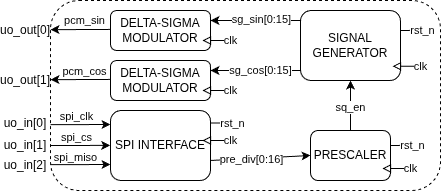
Earlier version of the draw.io export docs/scheme.drawio.png (fran-retfie/GF26b-qsdss). Source tidied: cells renumbered, new cells last; positions are measured from the earlier drawing's top-left corner, leaving out a move shared by most shapes.
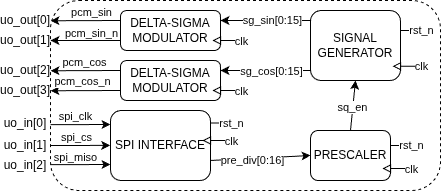
Above is the later version.

Commit message:
Feat: Add negated output

Change to the diagram source:
```diff
@@ -9,21 +9,21 @@
       <mxGeometry x="310" y="130" width="80" height="50" as="geometry" />
     </mxCell>
     <mxCell id="4" value="SIGNAL&lt;br&gt;GENERATOR" style="rounded=1;whiteSpace=wrap;html=1;" parent="1" vertex="1">
-      <mxGeometry x="300" y="10" width="100" height="70" as="geometry" />
+      <mxGeometry x="310" y="10" width="90" height="70" as="geometry" />
     </mxCell>
     <mxCell id="5" style="endArrow=classic;html=1;entryX=1;entryY=0.5;entryDx=0;entryDy=0;exitX=0;exitY=0.2;exitDx=0;exitDy=0;exitPerimeter=0;" parent="1" edge="1">
       <mxGeometry relative="1" as="geometry">
-        <mxPoint x="300" y="20" as="sourcePoint" />
-        <mxPoint x="210" y="20" as="targetPoint" />
+        <mxPoint x="310" y="20" as="sourcePoint" />
+        <mxPoint x="220" y="20" as="targetPoint" />
         <Array as="points">
-          <mxPoint x="220" y="20" />
+          <mxPoint x="230" y="20" />
         </Array>
       </mxGeometry>
     </mxCell>
     <mxCell id="6" style="endArrow=classic;html=1;entryX=1;entryY=0.5;entryDx=0;entryDy=0;exitX=0;exitY=0.8;exitDx=0;exitDy=0;exitPerimeter=0;" parent="1" edge="1">
       <mxGeometry relative="1" as="geometry">
-        <mxPoint x="300" y="70" as="sourcePoint" />
-        <mxPoint x="210" y="70" as="targetPoint" />
+        <mxPoint x="310" y="70" as="sourcePoint" />
+        <mxPoint x="220" y="70" as="targetPoint" />
       </mxGeometry>
     </mxCell>
     <mxCell id="7" value="sg_cos[0:15]" style="edgeLabel;html=1;align=center;verticalAlign=middle;" parent="6" vertex="1">
@@ -32,15 +32,14 @@
       </mxGeometry>
     </mxCell>
     <mxCell id="8" value="DELTA-SIGMA&lt;br&gt;MODULATOR" style="rounded=1;whiteSpace=wrap;html=1;" parent="1" vertex="1">
-      <mxGeometry x="110" y="10" width="100" height="40" as="geometry" />
+      <mxGeometry x="120" y="10" width="100" height="40" as="geometry" />
     </mxCell>
     <mxCell id="9" value="DELTA-SIGMA&lt;br&gt;MODULATOR" style="rounded=1;whiteSpace=wrap;html=1;" parent="1" vertex="1">
-      <mxGeometry x="110" y="60" width="100" height="40" as="geometry" />
+      <mxGeometry x="120" y="60" width="100" height="40" as="geometry" />
     </mxCell>
-    <mxCell id="10" style="endArrow=classic;html=1;" parent="1" edge="1">
+    <mxCell id="10" style="endArrow=classic;html=1;exitX=0;exitY=0.25;exitDx=0;exitDy=0;" parent="1" edge="1" source="8">
       <mxGeometry relative="1" as="geometry">
-        <mxPoint x="110" y="28.9" as="sourcePoint" />
-        <mxPoint x="50" y="29.2" as="targetPoint" />
+        <mxPoint x="50" y="20.2" as="targetPoint" />
       </mxGeometry>
     </mxCell>
     <mxCell id="11" value="pcm_sin" style="edgeLabel;html=1;align=center;verticalAlign=middle;" parent="10" vertex="1">
@@ -48,10 +47,9 @@
         <mxPoint x="-10" y="-11" as="offset" />
       </mxGeometry>
     </mxCell>
-    <mxCell id="12" style="endArrow=classic;html=1;" parent="1" edge="1">
+    <mxCell id="12" style="endArrow=classic;html=1;exitX=0;exitY=0.25;exitDx=0;exitDy=0;" parent="1" edge="1" source="9">
       <mxGeometry relative="1" as="geometry">
-        <mxPoint x="110" y="78.9" as="sourcePoint" />
-        <mxPoint x="50" y="79.2" as="targetPoint" />
+        <mxPoint x="50" y="70.2" as="targetPoint" />
       </mxGeometry>
     </mxCell>
     <mxCell id="13" style="edgeStyle=none;html=1;exitX=0.5;exitY=0;exitDx=0;exitDy=0;entryX=0.5;entryY=1;entryDx=0;entryDy=0;" parent="1" edge="1" source="3" target="4">
@@ -102,12 +100,12 @@
       </mxGeometry>
     </mxCell>
     <mxCell id="23" value="pcm_cos" style="edgeLabel;html=1;align=center;verticalAlign=middle;" parent="1" vertex="1">
-      <mxGeometry x="75" y="82.2" as="geometry">
+      <mxGeometry x="75" y="74" as="geometry">
         <mxPoint x="9" y="-12" as="offset" />
       </mxGeometry>
     </mxCell>
     <mxCell id="24" value="sg_sin[0:15]" style="edgeLabel;html=1;align=center;verticalAlign=middle;" parent="1" vertex="1">
-      <mxGeometry x="260" y="20" as="geometry">
+      <mxGeometry x="270" y="20" as="geometry">
         <mxPoint x="1" y="-1" as="offset" />
       </mxGeometry>
     </mxCell>
@@ -118,8 +116,8 @@
     </mxCell>
     <mxCell id="26" style="endArrow=none;html=1;startArrow=block;startFill=0;exitX=0.875;exitY=0.25;exitDx=0;exitDy=0;exitPerimeter=0;" parent="1" edge="1">
       <mxGeometry relative="1" as="geometry">
-        <mxPoint x="202" y="40" as="sourcePoint" />
-        <mxPoint x="230" y="40" as="targetPoint" />
+        <mxPoint x="212" y="40" as="sourcePoint" />
+        <mxPoint x="240" y="40" as="targetPoint" />
       </mxGeometry>
     </mxCell>
     <mxCell id="27" value="clk" style="edgeLabel;html=1;align=center;verticalAlign=middle;" parent="26" vertex="1">
@@ -129,12 +127,12 @@
     </mxCell>
     <mxCell id="28" style="endArrow=none;html=1;startArrow=block;startFill=0;exitX=0.875;exitY=0.25;exitDx=0;exitDy=0;exitPerimeter=0;" parent="1" edge="1">
       <mxGeometry relative="1" as="geometry">
-        <mxPoint x="202" y="90" as="sourcePoint" />
-        <mxPoint x="230" y="90" as="targetPoint" />
+        <mxPoint x="212" y="90" as="sourcePoint" />
+        <mxPoint x="240" y="90" as="targetPoint" />
       </mxGeometry>
     </mxCell>
     <mxCell id="29" value="clk" style="edgeLabel;html=1;align=center;verticalAlign=middle;" parent="1" vertex="1">
-      <mxGeometry x="230" y="90" as="geometry" />
+      <mxGeometry x="240" y="90" as="geometry" />
     </mxCell>
     <mxCell id="30" style="endArrow=none;html=1;startArrow=block;startFill=0;exitX=0.875;exitY=0.25;exitDx=0;exitDy=0;exitPerimeter=0;" parent="1" edge="1">
       <mxGeometry relative="1" as="geometry">
@@ -164,10 +162,10 @@
       <mxGeometry x="410" y="168" as="geometry" />
     </mxCell>
     <mxCell id="36" value="uo_out[0]" style="text;html=1;strokeColor=none;fillColor=none;align=center;verticalAlign=middle;whiteSpace=wrap;rounded=0;" parent="1" vertex="1">
-      <mxGeometry y="20" width="50" height="20" as="geometry" />
+      <mxGeometry y="10" width="50" height="20" as="geometry" />
     </mxCell>
     <mxCell id="37" value="uo_out[1]" style="text;html=1;strokeColor=none;fillColor=none;align=center;verticalAlign=middle;whiteSpace=wrap;rounded=0;" parent="1" vertex="1">
-      <mxGeometry y="70" width="50" height="20" as="geometry" />
+      <mxGeometry y="30" width="50" height="20" as="geometry" />
     </mxCell>
     <mxCell id="38" value="uo_in[0]" style="text;html=1;strokeColor=none;fillColor=none;align=center;verticalAlign=middle;whiteSpace=wrap;rounded=0;" parent="1" vertex="1">
       <mxGeometry y="115" width="50" height="15" as="geometry" />
@@ -211,5 +209,29 @@
         <mxPoint x="6" y="2" as="offset" />
       </mxGeometry>
     </mxCell>
+    <mxCell id="47" style="endArrow=classic;html=1;exitX=0;exitY=0.75;exitDx=0;exitDy=0;entryX=1;entryY=0.5;entryDx=0;entryDy=0;" parent="1" edge="1" source="8" target="37">
+      <mxGeometry relative="1" as="geometry" />
+    </mxCell>
+    <mxCell id="48" value="pcm_sin_n" style="edgeLabel;html=1;align=center;verticalAlign=middle;" parent="47" vertex="1">
+      <mxGeometry x="-0.44" y="2" relative="1" as="geometry">
+        <mxPoint x="-10" y="-10" as="offset" />
+      </mxGeometry>
+    </mxCell>
+    <mxCell id="49" style="endArrow=classic;html=1;exitX=0;exitY=0.75;exitDx=0;exitDy=0;" parent="1" edge="1" source="9">
+      <mxGeometry relative="1" as="geometry">
+        <mxPoint x="50" y="90.2" as="targetPoint" />
+      </mxGeometry>
+    </mxCell>
+    <mxCell id="50" value="pcm_cos_n" style="edgeLabel;html=1;align=center;verticalAlign=middle;" parent="1" vertex="1">
+      <mxGeometry x="73" y="93" as="geometry">
+        <mxPoint x="9" y="-12" as="offset" />
+      </mxGeometry>
+    </mxCell>
+    <mxCell id="51" value="uo_out[2]" style="text;html=1;strokeColor=none;fillColor=none;align=center;verticalAlign=middle;whiteSpace=wrap;rounded=0;" parent="1" vertex="1">
+      <mxGeometry y="60" width="50" height="20" as="geometry" />
+    </mxCell>
+    <mxCell id="52" value="uo_out[3]" style="text;html=1;strokeColor=none;fillColor=none;align=center;verticalAlign=middle;whiteSpace=wrap;rounded=0;" parent="1" vertex="1">
+      <mxGeometry y="80" width="50" height="20" as="geometry" />
+    </mxCell>
   </root>
 </mxGraphModel>
```
